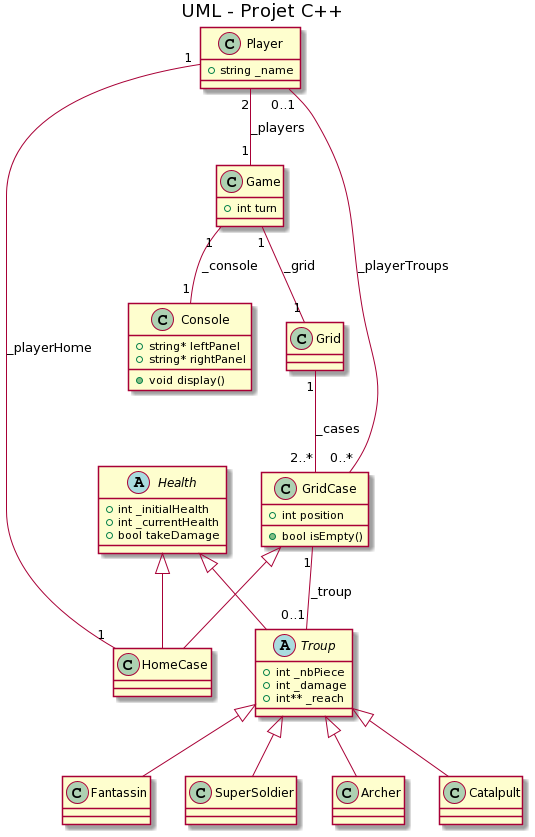
Above: doc/tempoUML_Class_Diagram.png in 0xWryth/CLIAgeOfWar (PlantUML), before the change.
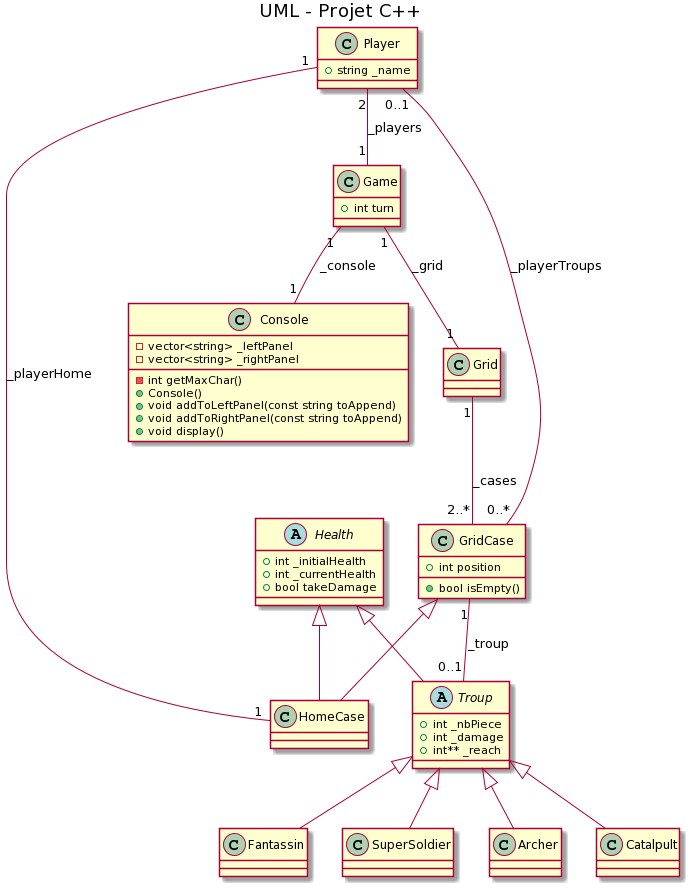
Above is the later version.

The edit, as a diff of the source:
```diff
@@ -1,13 +1,16 @@
 @startuml
 title UML - Projet C++
-
 
 class Game {
     + int turn
 }
 class Console {
-    + string* leftPanel
-    + string* rightPanel
+    - vector<string> _leftPanel
+    - vector<string> _rightPanel
+    - int getMaxChar()
+    + Console()
+    + void addToLeftPanel(const string toAppend)
+    + void addToRightPanel(const string toAppend)
     + void display()
 }
 abstract class Troup {
```
